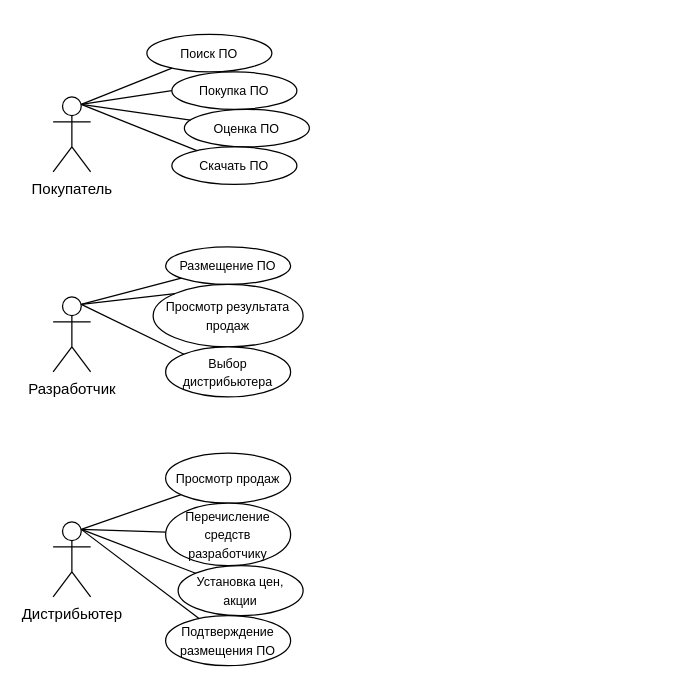
The draw.io diagram Untitled Diagram.drawio in NikitaGusevZ/FirstRepository, before the edit. Source tidied: cells renumbered, new cells numbered last; positions are measured from the earlier drawing's top-left corner, leaving out a move shared by most shapes. Both pictures are drawn from the tidied source at 125%, with x=0, y=0 at pixel (52, 34).
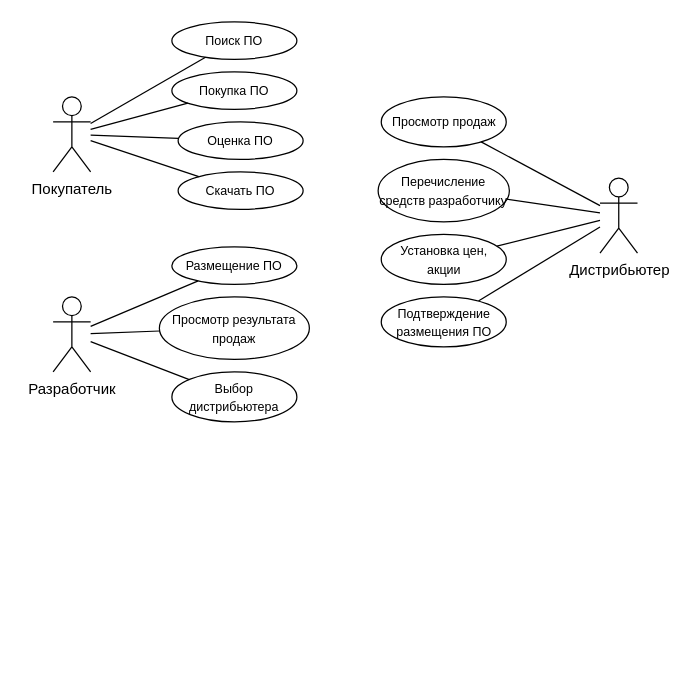
Above is the later version.

The change refers to these unchanged cells:
```xml
<mxCell id="2" value="Покупатель" style="shape=umlActor;verticalLabelPosition=bottom;verticalAlign=top;html=1;" parent="1" vertex="1">
  <mxGeometry y="50" width="30" height="60" as="geometry" />
</mxCell>
<mxCell id="4" value="Разработчик" style="shape=umlActor;verticalLabelPosition=bottom;verticalAlign=top;html=1;" parent="1" vertex="1">
  <mxGeometry y="210" width="30" height="60" as="geometry" />
</mxCell>
<mxCell id="6" value="&lt;font style=&quot;font-size: 10px&quot;&gt;Покупка ПО&lt;/font&gt;" style="ellipse;whiteSpace=wrap;html=1;" parent="1" vertex="1">
  <mxGeometry x="95" y="30" width="100" height="30" as="geometry" />
</mxCell>
```

Diff of the diagram source:
```diff
@@
     <mxCell id="3" value="Дистрибьютер" style="shape=umlActor;verticalLabelPosition=bottom;verticalAlign=top;html=1;" parent="1" vertex="1">
-      <mxGeometry y="390" width="30" height="60" as="geometry" />
+      <mxGeometry x="437.5" y="115" width="30" height="60" as="geometry" />
     </mxCell>
@@
     <mxCell id="5" value="&lt;font style=&quot;font-size: 10px&quot;&gt;Поиск ПО&lt;/font&gt;" style="ellipse;whiteSpace=wrap;html=1;" parent="1" vertex="1">
-      <mxGeometry x="75" width="100" height="30" as="geometry" />
+      <mxGeometry x="95" y="-10" width="100" height="30" as="geometry" />
     </mxCell>
@@
     <mxCell id="7" value="&lt;font style=&quot;font-size: 10px&quot;&gt;Оценка ПО&lt;/font&gt;" style="ellipse;whiteSpace=wrap;html=1;" parent="1" vertex="1">
-      <mxGeometry x="105" y="60" width="100" height="30" as="geometry" />
+      <mxGeometry x="100" y="70" width="100" height="30" as="geometry" />
     </mxCell>
     <mxCell id="8" value="&lt;font style=&quot;font-size: 10px&quot;&gt;Скачать ПО&lt;/font&gt;" style="ellipse;whiteSpace=wrap;html=1;" parent="1" vertex="1">
-      <mxGeometry x="95" y="90" width="100" height="30" as="geometry" />
+      <mxGeometry x="100" y="110" width="100" height="30" as="geometry" />
     </mxCell>
-    <mxCell id="9" style="endArrow=none;html=1;exitX=0.75;exitY=0.1;exitDx=0;exitDy=0;exitPerimeter=0;" parent="1" edge="1" source="2" target="5">
+    <mxCell id="9" style="endArrow=none;html=1;" parent="1" edge="1" source="2" target="5">
       <mxGeometry relative="1" as="geometry" />
     </mxCell>
-    <mxCell id="10" style="endArrow=none;html=1;entryX=0;entryY=0.5;entryDx=0;entryDy=0;exitX=0.75;exitY=0.1;exitDx=0;exitDy=0;exitPerimeter=0;" parent="1" edge="1" source="2" target="6">
+    <mxCell id="10" style="endArrow=none;html=1;" parent="1" edge="1" source="2" target="6">
       <mxGeometry relative="1" as="geometry" />
     </mxCell>
-    <mxCell id="11" style="endArrow=none;html=1;exitX=0.75;exitY=0.1;exitDx=0;exitDy=0;exitPerimeter=0;" parent="1" edge="1" source="2" target="7">
+    <mxCell id="11" style="endArrow=none;html=1;" parent="1" edge="1" source="2" target="7">
       <mxGeometry relative="1" as="geometry" />
     </mxCell>
-    <mxCell id="12" style="endArrow=none;html=1;exitX=0.75;exitY=0.1;exitDx=0;exitDy=0;exitPerimeter=0;" parent="1" edge="1" source="2" target="8">
+    <mxCell id="12" style="endArrow=none;html=1;" parent="1" edge="1" source="2" target="8">
       <mxGeometry relative="1" as="geometry" />
     </mxCell>
     <mxCell id="13" value="&lt;font style=&quot;font-size: 10px&quot;&gt;Размещение ПО&lt;/font&gt;" style="ellipse;whiteSpace=wrap;html=1;" parent="1" vertex="1">
-      <mxGeometry x="90" y="170" width="100" height="30" as="geometry" />
+      <mxGeometry x="95" y="170" width="100" height="30" as="geometry" />
     </mxCell>
     <mxCell id="14" value="&lt;font style=&quot;font-size: 10px&quot;&gt;Просмотр результата продаж&lt;/font&gt;" style="ellipse;whiteSpace=wrap;html=1;" parent="1" vertex="1">
-      <mxGeometry x="80" y="200" width="120" height="50" as="geometry" />
+      <mxGeometry x="85" y="210" width="120" height="50" as="geometry" />
     </mxCell>
     <mxCell id="15" value="&lt;font size=&quot;1&quot;&gt;Выбор дистрибьютера&lt;/font&gt;" style="ellipse;whiteSpace=wrap;html=1;" parent="1" vertex="1">
-      <mxGeometry x="90" y="250" width="100" height="40" as="geometry" />
+      <mxGeometry x="95" y="270" width="100" height="40" as="geometry" />
     </mxCell>
-    <mxCell id="16" style="endArrow=none;html=1;exitX=0.75;exitY=0.1;exitDx=0;exitDy=0;exitPerimeter=0;" parent="1" edge="1" source="4" target="13">
+    <mxCell id="16" style="endArrow=none;html=1;" parent="1" edge="1" source="4" target="13">
       <mxGeometry relative="1" as="geometry" />
     </mxCell>
-    <mxCell id="17" style="endArrow=none;html=1;exitX=0.75;exitY=0.1;exitDx=0;exitDy=0;exitPerimeter=0;entryX=0;entryY=0;entryDx=0;entryDy=0;" parent="1" edge="1" source="4" target="14">
+    <mxCell id="17" style="endArrow=none;html=1;" parent="1" edge="1" source="4" target="14">
       <mxGeometry relative="1" as="geometry" />
     </mxCell>
-    <mxCell id="18" style="endArrow=none;html=1;exitX=0.75;exitY=0.1;exitDx=0;exitDy=0;exitPerimeter=0;entryX=0;entryY=0;entryDx=0;entryDy=0;" parent="1" edge="1" source="4" target="15">
+    <mxCell id="18" style="endArrow=none;html=1;" parent="1" edge="1" source="4" target="15">
       <mxGeometry relative="1" as="geometry" />
     </mxCell>
     <mxCell id="19" value="&lt;font size=&quot;1&quot;&gt;Просмотр продаж&lt;/font&gt;" style="ellipse;whiteSpace=wrap;html=1;" parent="1" vertex="1">
-      <mxGeometry x="90" y="335" width="100" height="40" as="geometry" />
+      <mxGeometry x="262.5" y="50" width="100" height="40" as="geometry" />
     </mxCell>
+    <mxCell id="27" style="edgeStyle=none;jettySize=auto;html=1;endArrow=none;" parent="1" edge="1" source="20" target="3">
+      <mxGeometry relative="1" as="geometry" />
+    </mxCell>
     <mxCell id="20" value="&lt;font size=&quot;1&quot;&gt;Перечисление средств разработчику&lt;/font&gt;" style="ellipse;whiteSpace=wrap;html=1;" parent="1" vertex="1">
-      <mxGeometry x="90" y="375" width="100" height="50" as="geometry" />
+      <mxGeometry x="260" y="100" width="105" height="50" as="geometry" />
     </mxCell>
+    <mxCell id="28" style="edgeStyle=none;jettySize=auto;html=1;endArrow=none;" parent="1" edge="1" source="21" target="3">
+      <mxGeometry relative="1" as="geometry" />
+    </mxCell>
     <mxCell id="21" value="&lt;font size=&quot;1&quot;&gt;Установка цен,&lt;br&gt;акции&lt;br&gt;&lt;/font&gt;" style="ellipse;whiteSpace=wrap;html=1;" parent="1" vertex="1">
-      <mxGeometry x="100" y="425" width="100" height="40" as="geometry" />
+      <mxGeometry x="262.5" y="160" width="100" height="40" as="geometry" />
     </mxCell>
+    <mxCell id="29" style="edgeStyle=none;jettySize=auto;html=1;endArrow=none;" parent="1" edge="1" source="22" target="3">
+      <mxGeometry relative="1" as="geometry" />
+    </mxCell>
     <mxCell id="22" value="&lt;font size=&quot;1&quot;&gt;Подтверждение&lt;br&gt;размещения ПО&lt;br&gt;&lt;/font&gt;" style="ellipse;whiteSpace=wrap;html=1;" parent="1" vertex="1">
-      <mxGeometry x="90" y="465" width="100" height="40" as="geometry" />
+      <mxGeometry x="262.5" y="210" width="100" height="40" as="geometry" />
     </mxCell>
-    <mxCell id="23" style="endArrow=none;html=1;exitX=0.75;exitY=0.1;exitDx=0;exitDy=0;exitPerimeter=0;" parent="1" edge="1" source="3" target="19">
+    <mxCell id="23" style="endArrow=none;html=1;" parent="1" edge="1" source="3" target="19">
       <mxGeometry relative="1" as="geometry" />
     </mxCell>
-    <mxCell id="24" style="endArrow=none;html=1;exitX=0.75;exitY=0.1;exitDx=0;exitDy=0;exitPerimeter=0;" parent="1" edge="1" source="3" target="20">
-      <mxGeometry relative="1" as="geometry" />
-    </mxCell>
-    <mxCell id="25" style="endArrow=none;html=1;exitX=0.75;exitY=0.1;exitDx=0;exitDy=0;exitPerimeter=0;" parent="1" edge="1" source="3" target="21">
-      <mxGeometry relative="1" as="geometry" />
-    </mxCell>
-    <mxCell id="26" style="endArrow=none;html=1;exitX=0.75;exitY=0.1;exitDx=0;exitDy=0;exitPerimeter=0;" parent="1" edge="1" source="3" target="22">
-      <mxGeometry relative="1" as="geometry" />
-    </mxCell>
```
